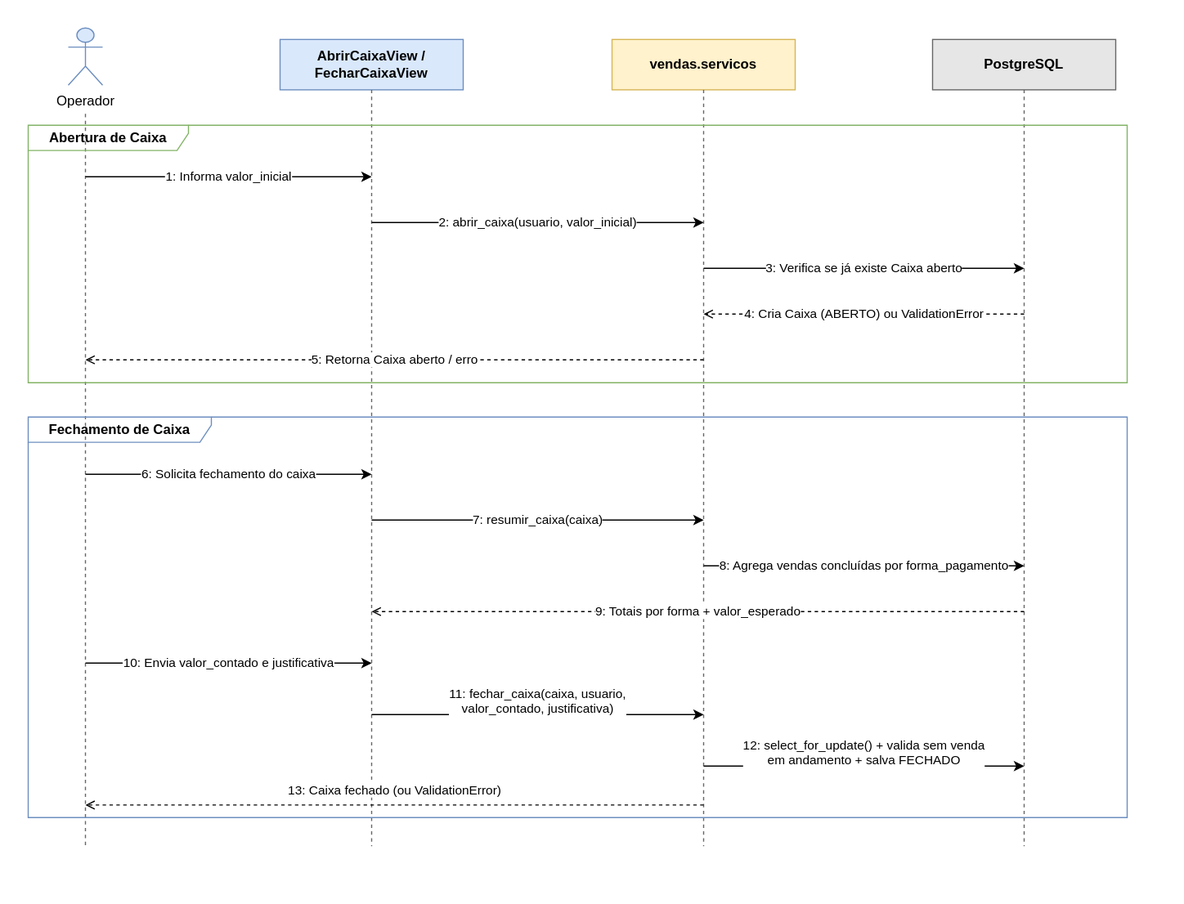
PedroGasparetto/sistema-dacomp keeps this draw.io diagram as docs/diagramas/sequencia_caixa.drawio.svg. Above is the earlier version. Source tidied: cells renumbered, new cells last; positions are measured from the earlier drawing's top-left corner, leaving out a move shared by most shapes.
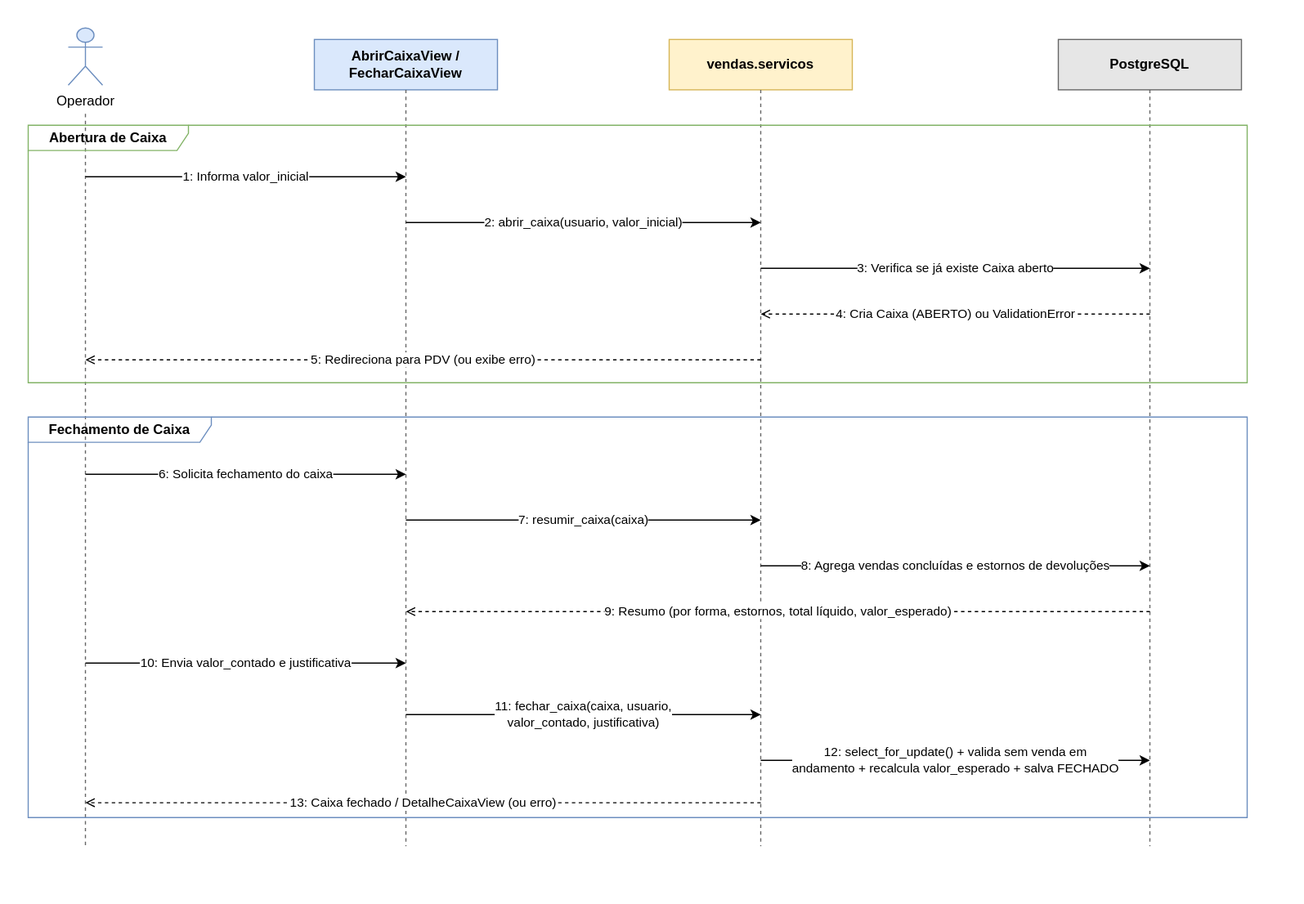
The same file after the commit.

Change to the diagram source:
```diff
@@ -1,4 +1,4 @@
-<mxGraphModel>
+<mxGraphModel background="#ffffff">
   <root>
     <mxCell id="0" />
     <mxCell id="1" parent="0" />
@@ -6,13 +6,13 @@
       <mxGeometry x="35" width="30" height="50" as="geometry" />
     </mxCell>
     <mxCell id="3" value="AbrirCaixaView /&#10;FecharCaixaView" style="rounded=0;whiteSpace=wrap;html=1;fillColor=#dae8fc;strokeColor=#6c8ebf;fontStyle=1;" parent="1" vertex="1">
-      <mxGeometry x="220" y="10" width="160" height="44" as="geometry" />
+      <mxGeometry x="250" y="10" width="160" height="44" as="geometry" />
     </mxCell>
     <mxCell id="4" value="vendas.servicos" style="rounded=0;whiteSpace=wrap;html=1;fillColor=#fff2cc;strokeColor=#d6b656;fontStyle=1;" parent="1" vertex="1">
-      <mxGeometry x="510" y="10" width="160" height="44" as="geometry" />
+      <mxGeometry x="560" y="10" width="160" height="44" as="geometry" />
     </mxCell>
     <mxCell id="5" value="PostgreSQL" style="rounded=0;whiteSpace=wrap;html=1;fillColor=#e6e6e6;strokeColor=#666666;fontStyle=1;" parent="1" vertex="1">
-      <mxGeometry x="790" y="10" width="160" height="44" as="geometry" />
+      <mxGeometry x="900" y="10" width="160" height="44" as="geometry" />
     </mxCell>
     <mxCell id="6" style="endArrow=none;dashed=1;html=1;strokeColor=#666666;" parent="1" edge="1">
       <mxGeometry relative="1" as="geometry">
@@ -22,104 +22,104 @@
     </mxCell>
     <mxCell id="7" style="endArrow=none;dashed=1;html=1;strokeColor=#666666;" parent="1" edge="1">
       <mxGeometry relative="1" as="geometry">
-        <mxPoint x="300" y="54" as="sourcePoint" />
-        <mxPoint x="300" y="715" as="targetPoint" />
+        <mxPoint x="330" y="54" as="sourcePoint" />
+        <mxPoint x="330" y="715" as="targetPoint" />
       </mxGeometry>
     </mxCell>
     <mxCell id="8" style="endArrow=none;dashed=1;html=1;strokeColor=#666666;" parent="1" edge="1">
       <mxGeometry relative="1" as="geometry">
-        <mxPoint x="590" y="54" as="sourcePoint" />
-        <mxPoint x="590" y="715" as="targetPoint" />
+        <mxPoint x="640" y="54" as="sourcePoint" />
+        <mxPoint x="640" y="715" as="targetPoint" />
       </mxGeometry>
     </mxCell>
     <mxCell id="9" style="endArrow=none;dashed=1;html=1;strokeColor=#666666;" parent="1" edge="1">
       <mxGeometry relative="1" as="geometry">
-        <mxPoint x="870" y="54" as="sourcePoint" />
-        <mxPoint x="870" y="715" as="targetPoint" />
+        <mxPoint x="980" y="54" as="sourcePoint" />
+        <mxPoint x="980" y="715" as="targetPoint" />
       </mxGeometry>
     </mxCell>
     <mxCell id="10" value="Abertura de Caixa" style="shape=umlFrame;whiteSpace=wrap;html=1;width=140;height=22;fillColor=none;strokeColor=#82b366;fontStyle=1;" parent="1" vertex="1">
-      <mxGeometry y="85" width="960" height="225" as="geometry" />
+      <mxGeometry y="85" width="1065" height="225" as="geometry" />
     </mxCell>
     <mxCell id="11" value="1: Informa valor_inicial" style="endArrow=classic;html=1;labelBackgroundColor=#ffffff;" parent="1" edge="1">
       <mxGeometry relative="1" as="geometry">
         <mxPoint x="50" y="130" as="sourcePoint" />
-        <mxPoint x="300" y="130" as="targetPoint" />
+        <mxPoint x="330" y="130" as="targetPoint" />
       </mxGeometry>
     </mxCell>
     <mxCell id="12" value="2: abrir_caixa(usuario, valor_inicial)" style="endArrow=classic;html=1;labelBackgroundColor=#ffffff;" parent="1" edge="1">
       <mxGeometry relative="1" as="geometry">
-        <mxPoint x="300" y="170" as="sourcePoint" />
-        <mxPoint x="590" y="170" as="targetPoint" />
+        <mxPoint x="330" y="170" as="sourcePoint" />
+        <mxPoint x="640" y="170" as="targetPoint" />
       </mxGeometry>
     </mxCell>
     <mxCell id="13" value="3: Verifica se já existe Caixa aberto" style="endArrow=classic;html=1;labelBackgroundColor=#ffffff;" parent="1" edge="1">
       <mxGeometry relative="1" as="geometry">
-        <mxPoint x="590" y="210" as="sourcePoint" />
-        <mxPoint x="870" y="210" as="targetPoint" />
+        <mxPoint x="640" y="210" as="sourcePoint" />
+        <mxPoint x="980" y="210" as="targetPoint" />
       </mxGeometry>
     </mxCell>
     <mxCell id="14" value="4: Cria Caixa (ABERTO) ou ValidationError" style="dashed=1;endArrow=open;endFill=0;html=1;labelBackgroundColor=#ffffff;" parent="1" edge="1">
       <mxGeometry relative="1" as="geometry">
-        <mxPoint x="870" y="250" as="sourcePoint" />
-        <mxPoint x="590" y="250" as="targetPoint" />
+        <mxPoint x="980" y="250" as="sourcePoint" />
+        <mxPoint x="640" y="250" as="targetPoint" />
       </mxGeometry>
     </mxCell>
-    <mxCell id="15" value="5: Retorna Caixa aberto / erro" style="dashed=1;endArrow=open;endFill=0;html=1;labelBackgroundColor=#ffffff;" parent="1" edge="1">
+    <mxCell id="15" value="5: Redireciona para PDV (ou exibe erro)" style="dashed=1;endArrow=open;endFill=0;html=1;labelBackgroundColor=#ffffff;" parent="1" edge="1">
       <mxGeometry relative="1" as="geometry">
-        <mxPoint x="590" y="290" as="sourcePoint" />
+        <mxPoint x="640" y="290" as="sourcePoint" />
         <mxPoint x="50" y="290" as="targetPoint" />
       </mxGeometry>
     </mxCell>
     <mxCell id="16" value="Fechamento de Caixa" style="shape=umlFrame;whiteSpace=wrap;html=1;width=160;height=22;fillColor=none;strokeColor=#6c8ebf;fontStyle=1;" parent="1" vertex="1">
-      <mxGeometry y="340" width="960" height="350" as="geometry" />
+      <mxGeometry y="340" width="1065" height="350" as="geometry" />
     </mxCell>
     <mxCell id="17" value="6: Solicita fechamento do caixa" style="endArrow=classic;html=1;labelBackgroundColor=#ffffff;" parent="1" edge="1">
       <mxGeometry relative="1" as="geometry">
         <mxPoint x="50" y="390" as="sourcePoint" />
-        <mxPoint x="300" y="390" as="targetPoint" />
+        <mxPoint x="330" y="390" as="targetPoint" />
       </mxGeometry>
     </mxCell>
     <mxCell id="18" value="7: resumir_caixa(caixa)" style="endArrow=classic;html=1;labelBackgroundColor=#ffffff;" parent="1" edge="1">
       <mxGeometry relative="1" as="geometry">
-        <mxPoint x="300" y="430" as="sourcePoint" />
-        <mxPoint x="590" y="430" as="targetPoint" />
+        <mxPoint x="330" y="430" as="sourcePoint" />
+        <mxPoint x="640" y="430" as="targetPoint" />
       </mxGeometry>
     </mxCell>
-    <mxCell id="19" value="8: Agrega vendas concluídas por forma_pagamento" style="endArrow=classic;html=1;labelBackgroundColor=#ffffff;" parent="1" edge="1">
+    <mxCell id="19" value="8: Agrega vendas concluídas e estornos de devoluções" style="endArrow=classic;html=1;labelBackgroundColor=#ffffff;" parent="1" edge="1">
       <mxGeometry relative="1" as="geometry">
-        <mxPoint x="590" y="470" as="sourcePoint" />
-        <mxPoint x="870" y="470" as="targetPoint" />
+        <mxPoint x="640" y="470" as="sourcePoint" />
+        <mxPoint x="980" y="470" as="targetPoint" />
       </mxGeometry>
     </mxCell>
-    <mxCell id="20" value="9: Totais por forma + valor_esperado" style="dashed=1;endArrow=open;endFill=0;html=1;labelBackgroundColor=#ffffff;" parent="1" edge="1">
+    <mxCell id="20" value="9: Resumo (por forma, estornos, total líquido, valor_esperado)" style="dashed=1;endArrow=open;endFill=0;html=1;labelBackgroundColor=#ffffff;" parent="1" edge="1">
       <mxGeometry relative="1" as="geometry">
-        <mxPoint x="870" y="510" as="sourcePoint" />
-        <mxPoint x="300" y="510" as="targetPoint" />
+        <mxPoint x="980" y="510" as="sourcePoint" />
+        <mxPoint x="330" y="510" as="targetPoint" />
       </mxGeometry>
     </mxCell>
     <mxCell id="21" value="10: Envia valor_contado e justificativa" style="endArrow=classic;html=1;labelBackgroundColor=#ffffff;" parent="1" edge="1">
       <mxGeometry relative="1" as="geometry">
         <mxPoint x="50" y="555" as="sourcePoint" />
-        <mxPoint x="300" y="555" as="targetPoint" />
+        <mxPoint x="330" y="555" as="targetPoint" />
       </mxGeometry>
     </mxCell>
-    <mxCell id="22" value="11: fechar_caixa(caixa, usuario,&#10;valor_contado, justificativa)" style="endArrow=classic;html=1;verticalAlign=bottom;labelPosition=center;verticalLabelPosition=top;labelBackgroundColor=#ffffff;" parent="1" edge="1">
-      <mxGeometry y="-4" relative="1" as="geometry">
-        <mxPoint x="300" y="600" as="sourcePoint" />
-        <mxPoint x="590" y="600" as="targetPoint" />
+    <mxCell id="22" value="11: fechar_caixa(caixa, usuario,&#10;valor_contado, justificativa)" style="endArrow=classic;html=1;labelBackgroundColor=#ffffff;" parent="1" edge="1">
+      <mxGeometry relative="1" as="geometry">
+        <mxPoint x="330" y="600" as="sourcePoint" />
+        <mxPoint x="640" y="600" as="targetPoint" />
       </mxGeometry>
     </mxCell>
-    <mxCell id="23" value="12: select_for_update() + valida sem venda&#10;em andamento + salva FECHADO" style="endArrow=classic;html=1;verticalAlign=bottom;labelPosition=center;verticalLabelPosition=top;labelBackgroundColor=#ffffff;" parent="1" edge="1">
-      <mxGeometry y="-4" relative="1" as="geometry">
-        <mxPoint x="590" y="645" as="sourcePoint" />
-        <mxPoint x="870" y="645" as="targetPoint" />
+    <mxCell id="23" value="12: select_for_update() + valida sem venda em&#10;andamento + recalcula valor_esperado + salva FECHADO" style="endArrow=classic;html=1;labelBackgroundColor=#ffffff;" parent="1" edge="1">
+      <mxGeometry relative="1" as="geometry">
+        <mxPoint x="640" y="640" as="sourcePoint" />
+        <mxPoint x="980" y="640" as="targetPoint" />
       </mxGeometry>
     </mxCell>
-    <mxCell id="24" value="13: Caixa fechado (ou ValidationError)" style="dashed=1;endArrow=open;endFill=0;html=1;verticalAlign=bottom;labelPosition=center;verticalLabelPosition=top;labelBackgroundColor=#ffffff;" parent="1" edge="1">
-      <mxGeometry y="-4" relative="1" as="geometry">
-        <mxPoint x="590" y="679" as="sourcePoint" />
-        <mxPoint x="50" y="679" as="targetPoint" />
+    <mxCell id="24" value="13: Caixa fechado / DetalheCaixaView (ou erro)" style="dashed=1;endArrow=open;endFill=0;html=1;labelBackgroundColor=#ffffff;" parent="1" edge="1">
+      <mxGeometry relative="1" as="geometry">
+        <mxPoint x="640" y="677" as="sourcePoint" />
+        <mxPoint x="50" y="677" as="targetPoint" />
       </mxGeometry>
     </mxCell>
   </root>
```
